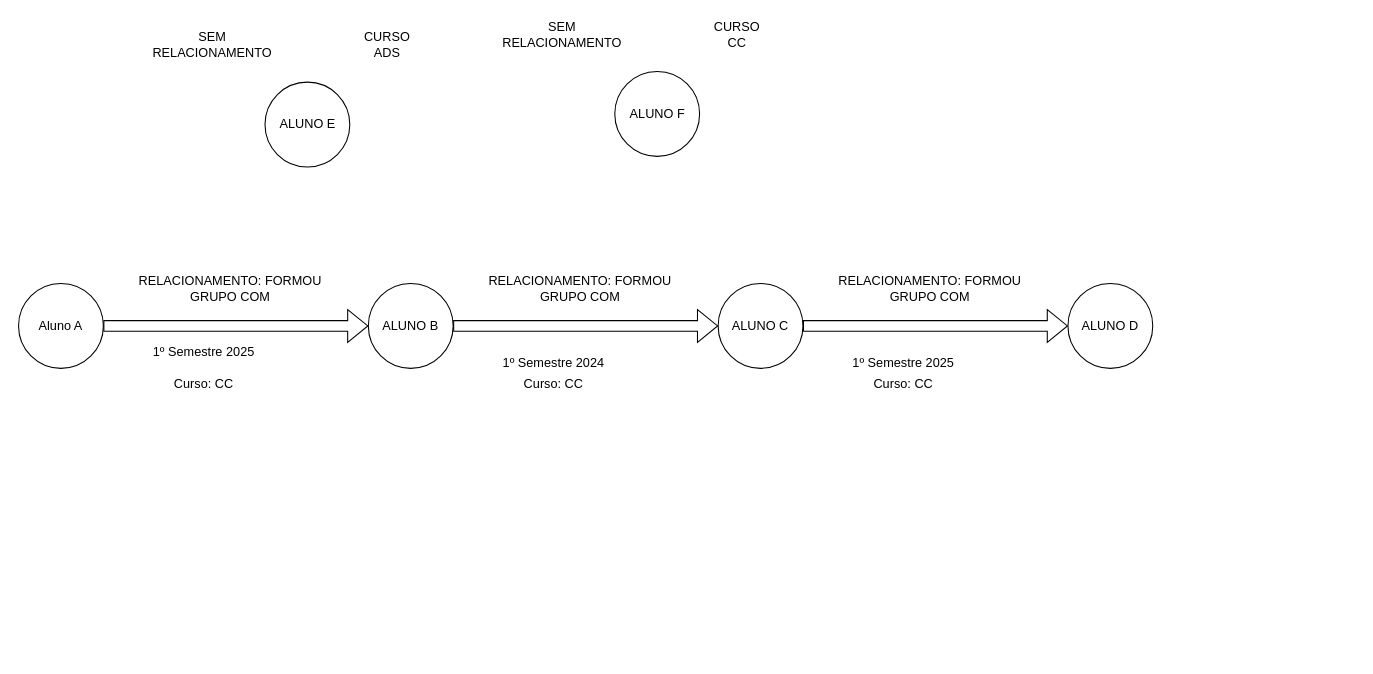
Above: Diagrama sem nome.drawio in KaduMirands/SQL (draw.io), before the change. Source tidied: cells renumbered, new cells numbered last; positions are measured from the earlier drawing's top-left corner, leaving out a move shared by most shapes. Both pictures are drawn from the tidied source at 106%, with x=0, y=0 at pixel (18, 18).
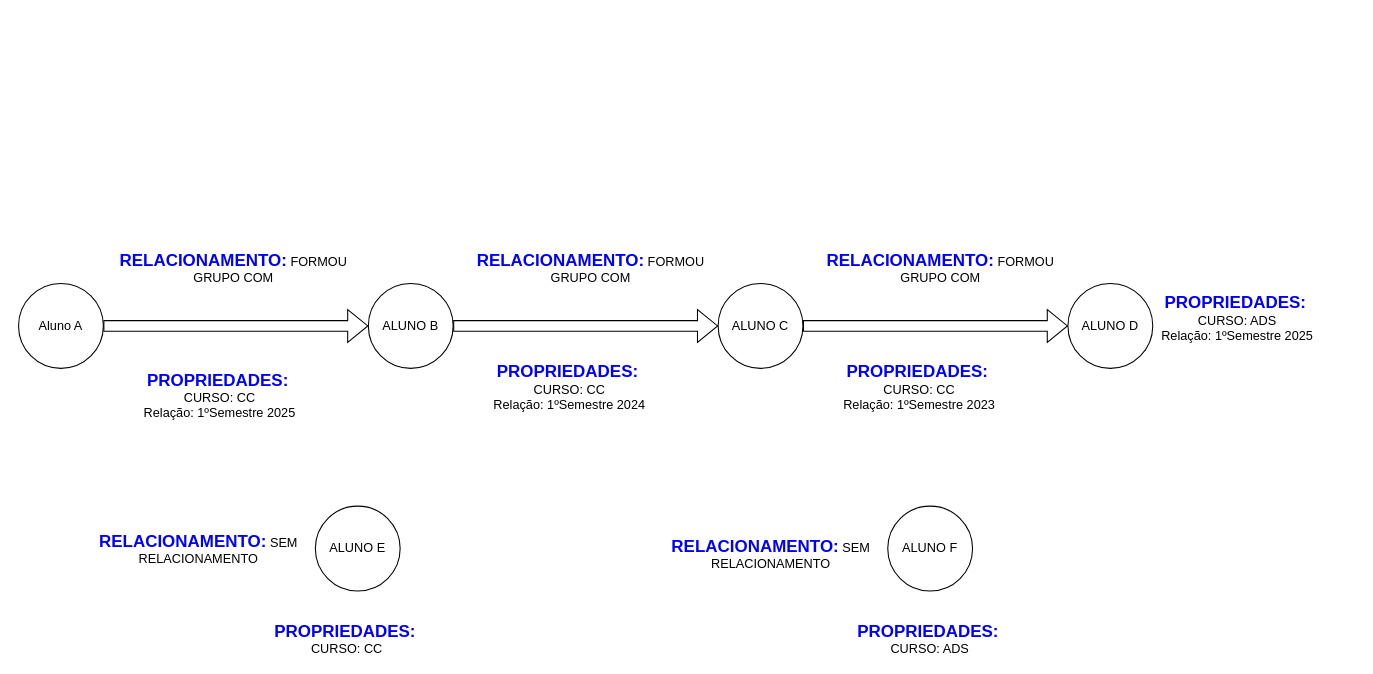
Above is the later version.

Change to the diagram source:
```diff
@@
-    <mxCell id="5" value="RELACIONAMENTO: FORMOU GRUPO COM" style="text;html=1;align=center;verticalAlign=middle;whiteSpace=wrap;rounded=0;" parent="1" vertex="1">
-      <mxGeometry x="90" y="240" width="220" height="30" as="geometry" />
-    </mxCell>
-    <mxCell id="6" value="1º Semestre 2025" style="text;html=1;align=center;verticalAlign=middle;whiteSpace=wrap;rounded=0;" parent="1" vertex="1">
-      <mxGeometry x="120" y="300" width="110" height="30" as="geometry" />
-    </mxCell>
     <mxCell id="7" value="ALUNO E" style="ellipse;whiteSpace=wrap;html=1;" parent="1" vertex="1">
-      <mxGeometry x="232.5" y="60" width="80" height="80" as="geometry" />
+      <mxGeometry x="280" y="460" width="80" height="80" as="geometry" />
     </mxCell>
@@
-    <mxCell id="10" value="RELACIONAMENTO: FORMOU GRUPO COM" style="text;html=1;align=center;verticalAlign=middle;whiteSpace=wrap;rounded=0;" parent="1" vertex="1">
-      <mxGeometry x="420" y="240" width="220" height="30" as="geometry" />
+    <mxCell id="10" value="&lt;font style=&quot;color: rgb(0, 0, 255);&quot;&gt;&lt;b&gt;&lt;font style=&quot;font-size: 16px;&quot;&gt;RELACIONAMENTO:&lt;/font&gt;&lt;/b&gt;&lt;/font&gt;&amp;nbsp;FORMOU GRUPO COM" style="text;html=1;align=center;verticalAlign=middle;whiteSpace=wrap;rounded=0;" parent="1" vertex="1">
+      <mxGeometry x="430" y="220" width="220" height="30" as="geometry" />
     </mxCell>
-    <mxCell id="11" value="1º Semestre 2024" style="text;html=1;align=center;verticalAlign=middle;whiteSpace=wrap;rounded=0;" parent="1" vertex="1">
-      <mxGeometry x="450" y="310" width="110" height="30" as="geometry" />
-    </mxCell>
-    <mxCell id="12" value="Curso: CC" style="text;html=1;align=center;verticalAlign=middle;whiteSpace=wrap;rounded=0;" parent="1" vertex="1">
-      <mxGeometry x="120" y="330" width="110" height="30" as="geometry" />
-    </mxCell>
-    <mxCell id="13" value="Curso: CC" style="text;html=1;align=center;verticalAlign=middle;whiteSpace=wrap;rounded=0;" parent="1" vertex="1">
-      <mxGeometry x="450" y="330" width="110" height="30" as="geometry" />
-    </mxCell>
-    <mxCell id="14" value="SEM RELACIONAMENTO" style="text;html=1;align=center;verticalAlign=middle;whiteSpace=wrap;rounded=0;" parent="1" vertex="1">
-      <mxGeometry x="152.5" y="10" width="60" height="30" as="geometry" />
-    </mxCell>
-    <mxCell id="15" value="CURSO ADS" style="text;html=1;align=center;verticalAlign=middle;whiteSpace=wrap;rounded=0;" parent="1" vertex="1">
-      <mxGeometry x="317.5" y="10" width="60" height="30" as="geometry" />
-    </mxCell>
     <mxCell id="16" value="ALUNO F" style="ellipse;whiteSpace=wrap;html=1;" parent="1" vertex="1">
-      <mxGeometry x="562.5" y="50" width="80" height="80" as="geometry" />
+      <mxGeometry x="820" y="460" width="80" height="80" as="geometry" />
     </mxCell>
-    <mxCell id="17" value="SEM RELACIONAMENTO" style="text;html=1;align=center;verticalAlign=middle;whiteSpace=wrap;rounded=0;" parent="1" vertex="1">
-      <mxGeometry x="482.5" width="60" height="30" as="geometry" />
-    </mxCell>
-    <mxCell id="18" value="CURSO CC" style="text;html=1;align=center;verticalAlign=middle;whiteSpace=wrap;rounded=0;" parent="1" vertex="1">
-      <mxGeometry x="647.5" width="60" height="30" as="geometry" />
-    </mxCell>
@@
-    <mxCell id="21" value="RELACIONAMENTO: FORMOU GRUPO COM" style="text;html=1;align=center;verticalAlign=middle;whiteSpace=wrap;rounded=0;" parent="1" vertex="1">
-      <mxGeometry x="750" y="240" width="220" height="30" as="geometry" />
-    </mxCell>
-    <mxCell id="22" value="1º Semestre 2025" style="text;html=1;align=center;verticalAlign=middle;whiteSpace=wrap;rounded=0;" parent="1" vertex="1">
-      <mxGeometry x="780" y="310" width="110" height="30" as="geometry" />
-    </mxCell>
-    <mxCell id="23" value="Curso: CC" style="text;html=1;align=center;verticalAlign=middle;whiteSpace=wrap;rounded=0;" parent="1" vertex="1">
-      <mxGeometry x="780" y="330" width="110" height="30" as="geometry" />
-    </mxCell>
+    <mxCell id="24" value="&lt;font style=&quot;color: rgb(0, 0, 255);&quot;&gt;&lt;b&gt;&lt;font style=&quot;font-size: 16px;&quot;&gt;RELACIONAMENTO:&lt;/font&gt;&lt;/b&gt;&lt;/font&gt;&amp;nbsp;FORMOU GRUPO COM" style="text;html=1;align=center;verticalAlign=middle;whiteSpace=wrap;rounded=0;" parent="1" vertex="1">
+      <mxGeometry x="92.5" y="220" width="220" height="30" as="geometry" />
+    </mxCell>
+    <mxCell id="25" value="&lt;font style=&quot;color: rgb(0, 0, 255);&quot;&gt;&lt;b&gt;&lt;font style=&quot;font-size: 16px;&quot;&gt;RELACIONAMENTO:&lt;/font&gt;&lt;/b&gt;&lt;/font&gt;&amp;nbsp;FORMOU GRUPO COM" style="text;html=1;align=center;verticalAlign=middle;whiteSpace=wrap;rounded=0;" parent="1" vertex="1">
+      <mxGeometry x="760" y="220" width="220" height="30" as="geometry" />
+    </mxCell>
+    <mxCell id="26" value="&lt;font color=&quot;#0000ff&quot;&gt;&lt;span style=&quot;font-size: 16px;&quot;&gt;&lt;b&gt;PROPRIEDADES:&lt;/b&gt;&lt;/span&gt;&lt;/font&gt;&amp;nbsp;&lt;div&gt;CURSO: CC&lt;/div&gt;&lt;div&gt;Relação: 1ºSemestre 2024&lt;br&gt;&lt;br&gt;&lt;/div&gt;" style="text;html=1;align=center;verticalAlign=middle;whiteSpace=wrap;rounded=0;" parent="1" vertex="1">
+      <mxGeometry x="410" y="340" width="220" height="30" as="geometry" />
+    </mxCell>
+    <mxCell id="27" value="&lt;font color=&quot;#0000ff&quot;&gt;&lt;span style=&quot;font-size: 16px;&quot;&gt;&lt;b&gt;PROPRIEDADES:&lt;/b&gt;&lt;/span&gt;&lt;/font&gt;&amp;nbsp;&lt;div&gt;CURSO: CC&lt;/div&gt;&lt;div&gt;Relação: 1ºSemestre 2025&lt;br&gt;&lt;/div&gt;" style="text;html=1;align=center;verticalAlign=middle;whiteSpace=wrap;rounded=0;" parent="1" vertex="1">
+      <mxGeometry x="80" y="340" width="220" height="30" as="geometry" />
+    </mxCell>
+    <mxCell id="28" value="&lt;font color=&quot;#0000ff&quot;&gt;&lt;span style=&quot;font-size: 16px;&quot;&gt;&lt;b&gt;PROPRIEDADES:&lt;/b&gt;&lt;/span&gt;&lt;/font&gt;&amp;nbsp;&lt;div&gt;CURSO: CC&lt;/div&gt;&lt;div&gt;Relação: 1ºSemestre 2023&lt;br&gt;&lt;br&gt;&lt;/div&gt;" style="text;html=1;align=center;verticalAlign=middle;whiteSpace=wrap;rounded=0;" parent="1" vertex="1">
+      <mxGeometry x="740" y="340" width="220" height="30" as="geometry" />
+    </mxCell>
+    <mxCell id="29" value="&lt;font color=&quot;#0000ff&quot;&gt;&lt;span style=&quot;font-size: 16px;&quot;&gt;&lt;b&gt;PROPRIEDADES:&lt;/b&gt;&lt;/span&gt;&lt;/font&gt;&amp;nbsp;&lt;div&gt;CURSO: ADS&lt;/div&gt;&lt;div&gt;Relação: 1ºSemestre 2025&lt;br&gt;&lt;br&gt;&lt;/div&gt;" style="text;html=1;align=center;verticalAlign=middle;whiteSpace=wrap;rounded=0;" parent="1" vertex="1">
+      <mxGeometry x="1040" y="275" width="220" height="30" as="geometry" />
+    </mxCell>
+    <mxCell id="30" value="&lt;font style=&quot;color: rgb(0, 0, 255);&quot;&gt;&lt;b&gt;&lt;font style=&quot;font-size: 16px;&quot;&gt;RELACIONAMENTO:&lt;/font&gt;&lt;/b&gt;&lt;/font&gt;&amp;nbsp;SEM RELACIONAMENTO" style="text;html=1;align=center;verticalAlign=middle;whiteSpace=wrap;rounded=0;" parent="1" vertex="1">
+      <mxGeometry x="60" y="485" width="220" height="30" as="geometry" />
+    </mxCell>
+    <mxCell id="31" value="&lt;font style=&quot;color: rgb(0, 0, 255);&quot;&gt;&lt;b&gt;&lt;font style=&quot;font-size: 16px;&quot;&gt;RELACIONAMENTO:&lt;/font&gt;&lt;/b&gt;&lt;/font&gt;&amp;nbsp;SEM RELACIONAMENTO" style="text;html=1;align=center;verticalAlign=middle;whiteSpace=wrap;rounded=0;" parent="1" vertex="1">
+      <mxGeometry x="600" y="490" width="220" height="30" as="geometry" />
+    </mxCell>
+    <mxCell id="32" value="&lt;font color=&quot;#0000ff&quot;&gt;&lt;span style=&quot;font-size: 16px;&quot;&gt;&lt;b&gt;PROPRIEDADES:&lt;/b&gt;&lt;/span&gt;&lt;/font&gt;&amp;nbsp;&lt;div&gt;CURSO: CC&lt;/div&gt;" style="text;html=1;align=center;verticalAlign=middle;whiteSpace=wrap;rounded=0;" parent="1" vertex="1">
+      <mxGeometry x="200" y="570" width="220" height="30" as="geometry" />
+    </mxCell>
+    <mxCell id="33" value="&lt;font color=&quot;#0000ff&quot;&gt;&lt;span style=&quot;font-size: 16px;&quot;&gt;&lt;b&gt;PROPRIEDADES:&lt;/b&gt;&lt;/span&gt;&lt;/font&gt;&amp;nbsp;&lt;div&gt;CURSO: ADS&lt;/div&gt;" style="text;html=1;align=center;verticalAlign=middle;whiteSpace=wrap;rounded=0;" parent="1" vertex="1">
+      <mxGeometry x="750" y="570" width="220" height="30" as="geometry" />
+    </mxCell>
```
